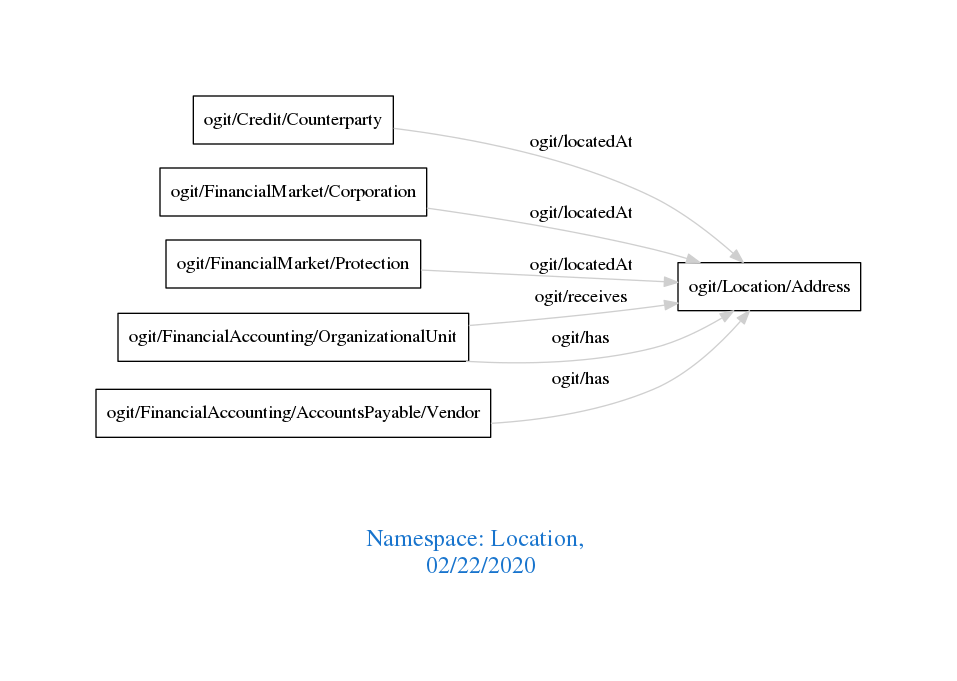
Before: downloads/Location.png, a diagram exported from Graphviz (arago/OGIT). Its source is kept beside it as downloads/Location.dot.
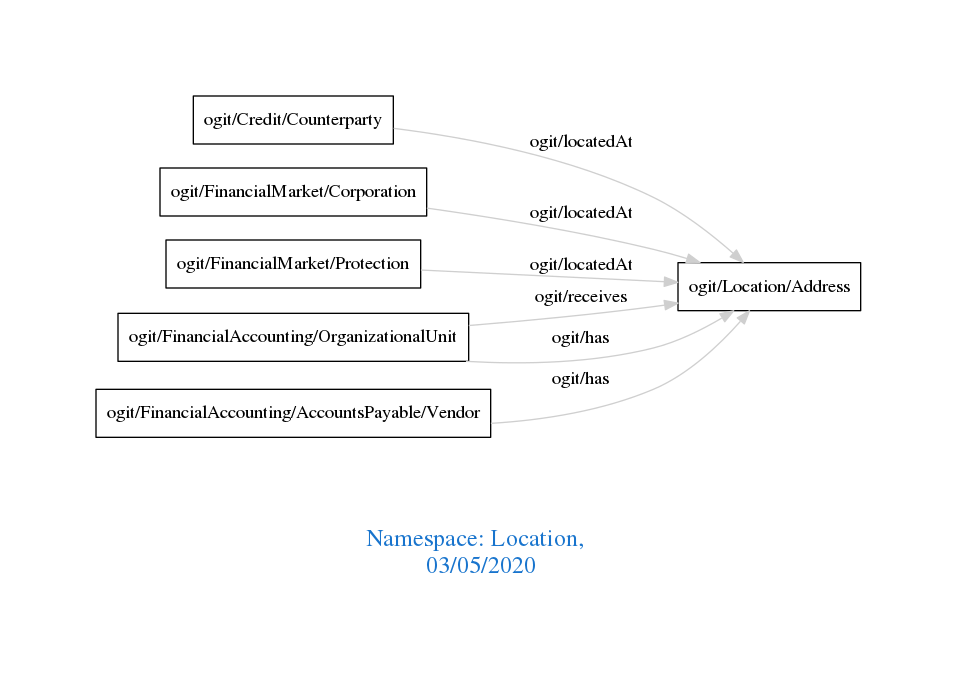
After the commit.

Change to the diagram source:
```diff
@@ -1,7 +1,7 @@
 digraph OGIT_ontology {
  graph [ rankdir= LR,pad=1
 fontsize = 18,
-fontcolor= dodgerblue3,label = "\n\n\nNamespace: Location, \n 02/22/2020"];
+fontcolor= dodgerblue3,label = "\n\n\nNamespace: Location, \n 03/05/2020"];
 node[shape=polygon];
 edge [  color="gray81"];
 
```
